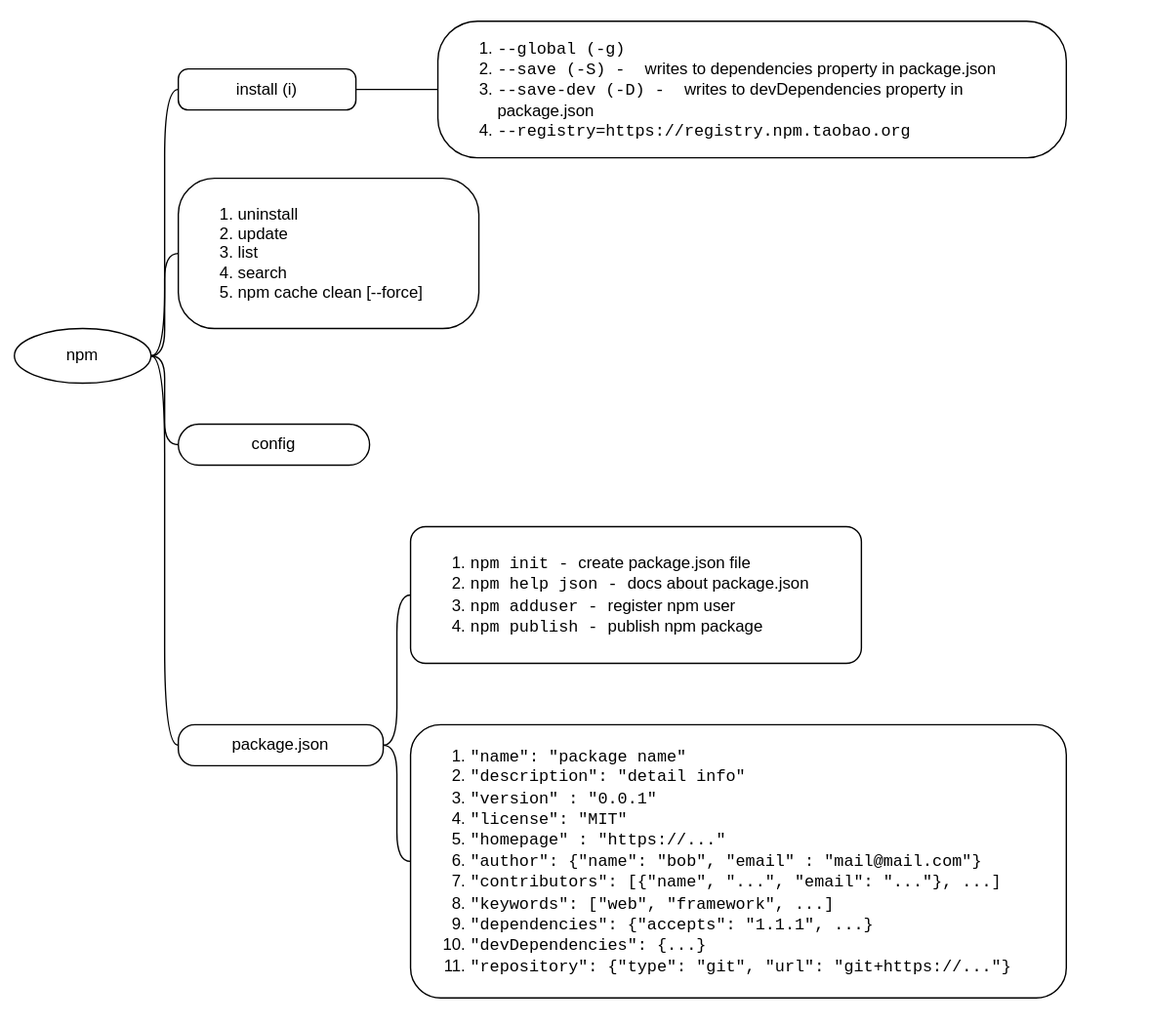
This is languages/javascript/vue/npm.drawio.svg from yangdj/tf_docs, a draw.io export, as it was before one commit. Source tidied: cells renumbered, new cells last; positions are measured from the earlier drawing's top-left corner, leaving out a move shared by most shapes.
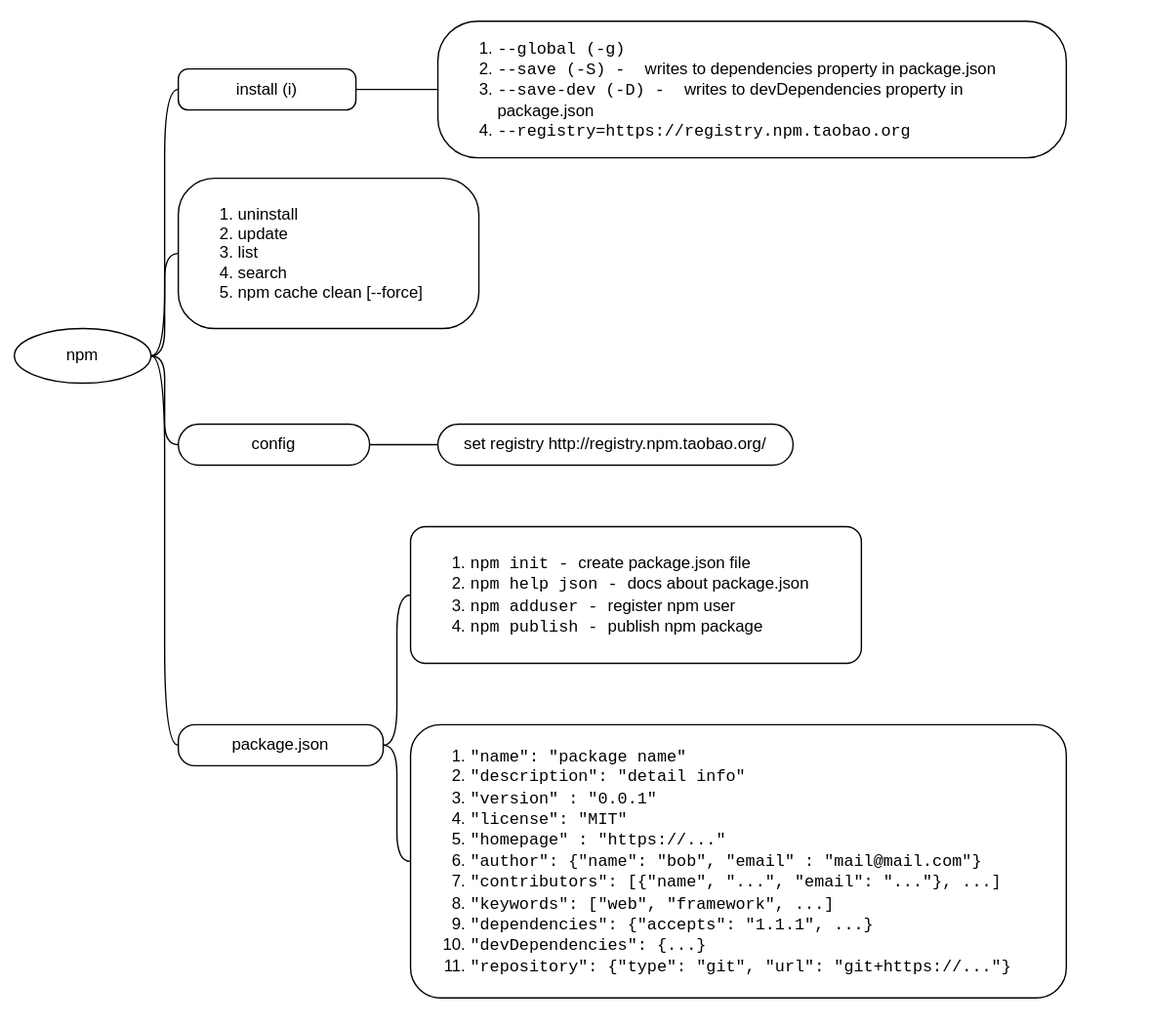
The same diagram one commit later.

Diff of the diagram source:
```diff
@@ -50,5 +50,11 @@
     <mxCell id="17" value="&lt;ol&gt;&lt;li&gt;&lt;font face=&quot;Courier New&quot;&gt;&quot;name&quot;: &quot;package name&quot;&lt;/font&gt;&lt;/li&gt;&lt;li&gt;&lt;font face=&quot;Courier New&quot;&gt;&quot;description&quot;: &quot;detail info&quot;&lt;/font&gt;&lt;/li&gt;&lt;li&gt;&lt;font face=&quot;Courier New&quot;&gt;&quot;version&quot; : &quot;0.0.1&quot;&lt;/font&gt;&lt;/li&gt;&lt;li&gt;&lt;font face=&quot;Courier New&quot;&gt;&quot;license&quot;: &quot;MIT&quot;&lt;/font&gt;&lt;/li&gt;&lt;li&gt;&lt;font face=&quot;Courier New&quot;&gt;&quot;homepage&quot; : &quot;https://...&quot;&lt;/font&gt;&lt;/li&gt;&lt;li&gt;&lt;font face=&quot;Courier New&quot;&gt;&quot;author&quot;: {&quot;name&quot;: &quot;bob&quot;, &quot;email&quot; : &quot;mail@mail.com&quot;}&lt;/font&gt;&lt;/li&gt;&lt;li&gt;&lt;font face=&quot;Courier New&quot;&gt;&quot;contributors&quot;: [{&quot;name&quot;, &quot;...&quot;, &quot;email&quot;: &quot;...&quot;}, ...]&lt;/font&gt;&lt;/li&gt;&lt;li&gt;&lt;font face=&quot;Courier New&quot;&gt;&quot;keywords&quot;: [&quot;web&quot;, &quot;framework&quot;, ...]&lt;/font&gt;&lt;/li&gt;&lt;li&gt;&lt;font face=&quot;Courier New&quot;&gt;&quot;dependencies&quot;: {&quot;accepts&quot;: &quot;1.1.1&quot;, ...}&lt;/font&gt;&lt;/li&gt;&lt;li&gt;&lt;font face=&quot;Courier New&quot;&gt;&quot;devDependencies&quot;: {...}&lt;/font&gt;&lt;/li&gt;&lt;li&gt;&lt;font face=&quot;Courier New&quot;&gt;&quot;repository&quot;: {&quot;type&quot;: &quot;git&quot;, &quot;url&quot;: &quot;git+https://...&quot;}&lt;/font&gt;&lt;/li&gt;&lt;/ol&gt;" style="whiteSpace=wrap;html=1;rounded=1;arcSize=11;align=left;verticalAlign=middle;strokeWidth=1;spacing=4;newEdgeStyle={&quot;edgeStyle&quot;:&quot;entityRelationEdgeStyle&quot;,&quot;startArrow&quot;:&quot;none&quot;,&quot;endArrow&quot;:&quot;none&quot;,&quot;segment&quot;:10,&quot;curved&quot;:1};" parent="2" vertex="1">
       <mxGeometry x="300" y="530" width="480" height="200" as="geometry" />
     </mxCell>
+    <mxCell id="18" style="edgeStyle=entityRelationEdgeStyle;startArrow=none;endArrow=none;segment=10;curved=1;" parent="2" edge="1" source="9" target="19">
+      <mxGeometry relative="1" as="geometry" />
+    </mxCell>
+    <mxCell id="19" value="set registry http://registry.npm.taobao.org/" style="whiteSpace=wrap;html=1;rounded=1;arcSize=50;align=center;verticalAlign=middle;strokeWidth=1;spacing=4;newEdgeStyle={&quot;edgeStyle&quot;:&quot;entityRelationEdgeStyle&quot;,&quot;startArrow&quot;:&quot;none&quot;,&quot;endArrow&quot;:&quot;none&quot;,&quot;segment&quot;:10,&quot;curved&quot;:1};" parent="2" vertex="1" collapsed="1">
+      <mxGeometry x="320" y="310" width="260" height="30" as="geometry" />
+    </mxCell>
   </root>
 </mxGraphModel>
```
